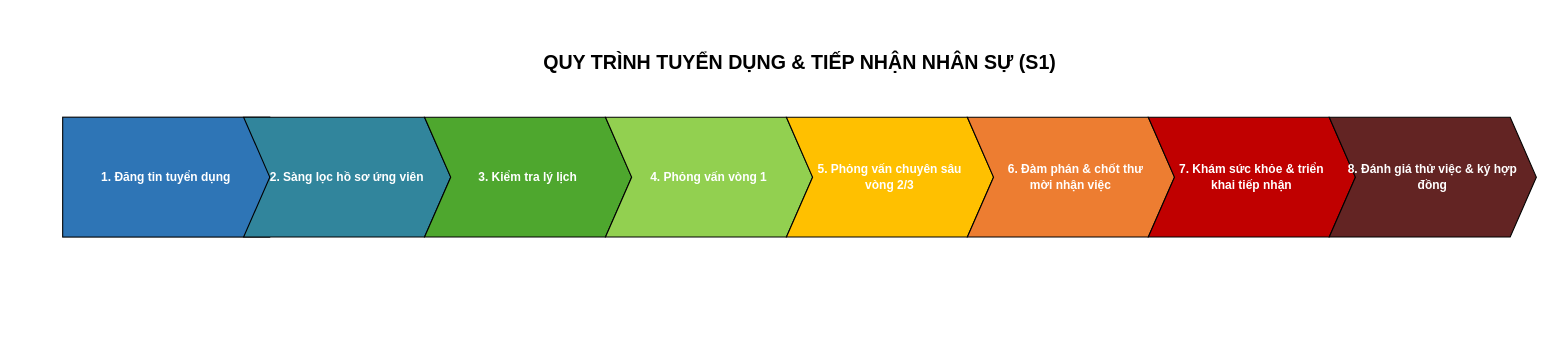
anthinh-io/bpm-acfc-vietnam-analysis keeps this draw.io diagram as page "chevron-s1" (7 of 10) of docs/workspaces/NguyenCongHung/svg/bpmn.drawio. Above is the earlier version. Source tidied: cells renumbered, new cells numbered last; positions are measured from the earlier drawing's top-left corner, leaving out a move shared by most shapes. Both pictures are drawn from the tidied source at 109%, with x=0, y=0 at pixel (62, 40).
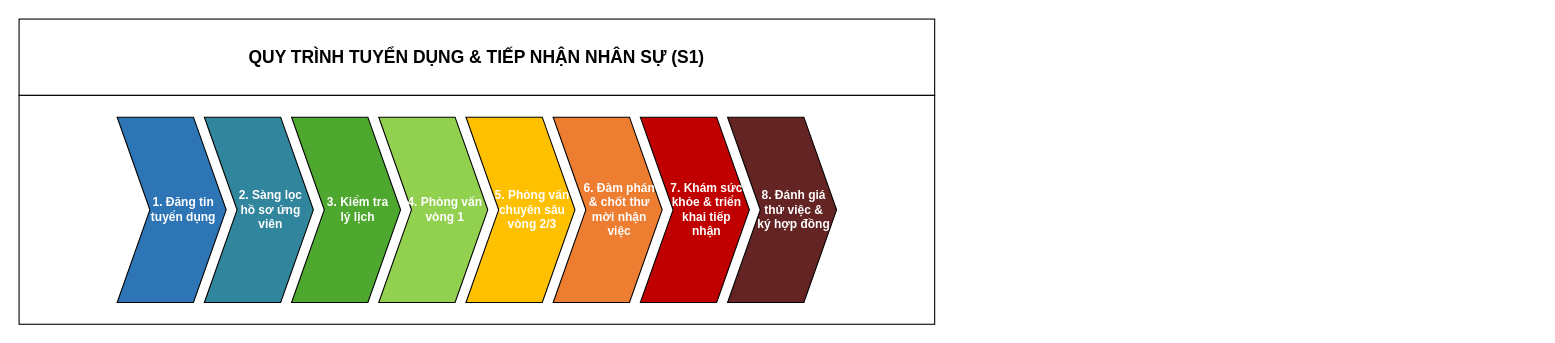
Above is the later version.

What changed in the source:
```diff
@@
 <mxGraphModel>
   <root>
     <mxCell id="0" />
     <mxCell id="1" parent="0" />
-    <mxCell id="2" value="QUY TRÌNH TUYỂN DỤNG &amp; TIẾP NHẬN NHÂN SỰ (S1)" style="text;html=1;align=center;verticalAlign=middle;fontSize=18;fontStyle=1;fontColor=#000000;" parent="1" vertex="1">
-      <mxGeometry width="1352" height="40" as="geometry" />
+    <mxCell id="2" value="QUY TRÌNH TUYỂN DỤNG &amp; TIẾP NHẬN NHÂN SỰ (S1)" style="rounded=0;whiteSpace=wrap;html=1;align=center;verticalAlign=middle;fontSize=16;fontStyle=1;fontColor=#000000;" parent="1" vertex="1">
+      <mxGeometry x="-40" y="-20" width="840" height="70" as="geometry" />
     </mxCell>
+    <mxCell id="11" style="rounded=0;whiteSpace=wrap;html=1;" parent="1" vertex="1">
+      <mxGeometry x="-40" y="50" width="840" height="210" as="geometry" />
+    </mxCell>
-    <mxCell id="3" value="1. Đăng tin tuyển dụng" style="rounded=0;whiteSpace=wrap;html=1;fillColor=#2E75B6;strokeColor=#000000;fontColor=#ffffff;fontSize=11;fontStyle=1;align=center;verticalAlign=middle;spacing=18;" parent="1" vertex="1">
-      <mxGeometry y="70" width="190" height="110" as="geometry" />
+    <mxCell id="3" value="1. Đăng tin&lt;br&gt;tuyển dụng" style="html=1;shadow=0;dashed=0;align=center;verticalAlign=middle;shape=mxgraph.arrows2.arrow;dy=0;dx=30;notch=30;whiteSpace=wrap;spacingLeft=22;fillColor=#2E75B6;strokeColor=#000000;fontColor=#ffffff;fontSize=11;fontStyle=1;" parent="1" vertex="1">
+      <mxGeometry x="50" y="70" width="100" height="170" as="geometry" />
     </mxCell>
-    <mxCell id="4" value="2. Sàng lọc hồ sơ ứng viên" style="rounded=0;whiteSpace=wrap;html=1;shape=step;perimeter=stepPerimeter;fixedSize=1;size=24;fillColor=#31859C;strokeColor=#000000;fontColor=#ffffff;fontSize=11;fontStyle=1;align=center;verticalAlign=middle;spacing=18;" parent="1" vertex="1">
-      <mxGeometry x="166" y="70" width="190" height="110" as="geometry" />
+    <mxCell id="4" value="2. Sàng lọc&lt;br&gt;hồ sơ ứng&lt;br&gt;viên" style="html=1;shadow=0;dashed=0;align=center;verticalAlign=middle;shape=mxgraph.arrows2.arrow;dy=0;dx=30;notch=30;whiteSpace=wrap;spacingLeft=22;fillColor=#31859C;strokeColor=#000000;fontColor=#ffffff;fontSize=11;fontStyle=1;" parent="1" vertex="1">
+      <mxGeometry x="130" y="70" width="100" height="170" as="geometry" />
     </mxCell>
-    <mxCell id="5" value="3. Kiểm tra lý lịch" style="rounded=0;whiteSpace=wrap;html=1;shape=step;perimeter=stepPerimeter;fixedSize=1;size=24;fillColor=#4EA72E;strokeColor=#000000;fontColor=#ffffff;fontSize=11;fontStyle=1;align=center;verticalAlign=middle;spacing=18;" parent="1" vertex="1">
-      <mxGeometry x="332" y="70" width="190" height="110" as="geometry" />
+    <mxCell id="5" value="3. Kiểm tra&lt;br&gt;lý lịch" style="html=1;shadow=0;dashed=0;align=center;verticalAlign=middle;shape=mxgraph.arrows2.arrow;dy=0;dx=30;notch=30;whiteSpace=wrap;spacingLeft=22;fillColor=#4EA72E;strokeColor=#000000;fontColor=#ffffff;fontSize=11;fontStyle=1;" parent="1" vertex="1">
+      <mxGeometry x="210" y="70" width="100" height="170" as="geometry" />
     </mxCell>
-    <mxCell id="6" value="4. Phỏng vấn vòng 1" style="rounded=0;whiteSpace=wrap;html=1;shape=step;perimeter=stepPerimeter;fixedSize=1;size=24;fillColor=#92D050;strokeColor=#000000;fontColor=#ffffff;fontSize=11;fontStyle=1;align=center;verticalAlign=middle;spacing=18;" parent="1" vertex="1">
-      <mxGeometry x="498" y="70" width="190" height="110" as="geometry" />
+    <mxCell id="6" value="4. Phỏng vấn&lt;br&gt;vòng 1" style="html=1;shadow=0;dashed=0;align=center;verticalAlign=middle;shape=mxgraph.arrows2.arrow;dy=0;dx=30;notch=30;whiteSpace=wrap;spacingLeft=22;fillColor=#92D050;strokeColor=#000000;fontColor=#ffffff;fontSize=11;fontStyle=1;" parent="1" vertex="1">
+      <mxGeometry x="290" y="70" width="100" height="170" as="geometry" />
     </mxCell>
-    <mxCell id="7" value="5. Phỏng vấn chuyên sâu vòng 2/3" style="rounded=0;whiteSpace=wrap;html=1;shape=step;perimeter=stepPerimeter;fixedSize=1;size=24;fillColor=#FFC000;strokeColor=#000000;fontColor=#ffffff;fontSize=11;fontStyle=1;align=center;verticalAlign=middle;spacing=18;" parent="1" vertex="1">
-      <mxGeometry x="664" y="70" width="190" height="110" as="geometry" />
+    <mxCell id="7" value="5. Phỏng vấn&lt;br&gt;chuyên sâu&lt;br&gt;vòng 2/3" style="html=1;shadow=0;dashed=0;align=center;verticalAlign=middle;shape=mxgraph.arrows2.arrow;dy=0;dx=30;notch=30;whiteSpace=wrap;spacingLeft=22;fillColor=#FFC000;strokeColor=#000000;fontColor=#ffffff;fontSize=11;fontStyle=1;" parent="1" vertex="1">
+      <mxGeometry x="370" y="70" width="100" height="170" as="geometry" />
     </mxCell>
-    <mxCell id="8" value="&amp;nbsp; &amp;nbsp;6. Đàm phán &amp;amp; chốt thư mời nhận việc" style="rounded=0;whiteSpace=wrap;html=1;shape=step;perimeter=stepPerimeter;fixedSize=1;size=24;fillColor=#ED7D31;strokeColor=#000000;fontColor=#ffffff;fontSize=11;fontStyle=1;align=center;verticalAlign=middle;spacing=18;" parent="1" vertex="1">
-      <mxGeometry x="830" y="70" width="190" height="110" as="geometry" />
+    <mxCell id="8" value="6. Đàm phán&lt;br&gt;&amp; chốt thư&lt;br&gt;mời nhận&lt;br&gt;việc" style="html=1;shadow=0;dashed=0;align=center;verticalAlign=middle;shape=mxgraph.arrows2.arrow;dy=0;dx=30;notch=30;whiteSpace=wrap;spacingLeft=22;fillColor=#ED7D31;strokeColor=#000000;fontColor=#ffffff;fontSize=11;fontStyle=1;" parent="1" vertex="1">
+      <mxGeometry x="450" y="70" width="100" height="170" as="geometry" />
     </mxCell>
-    <mxCell id="9" value="7. Khám sức khỏe &amp; triển khai tiếp nhận" style="rounded=0;whiteSpace=wrap;html=1;shape=step;perimeter=stepPerimeter;fixedSize=1;size=24;fillColor=#C00000;strokeColor=#000000;fontColor=#ffffff;fontSize=11;fontStyle=1;align=center;verticalAlign=middle;spacing=18;" parent="1" vertex="1">
-      <mxGeometry x="996" y="70" width="190" height="110" as="geometry" />
+    <mxCell id="9" value="7. Khám sức&lt;br&gt;khỏe &amp; triển&lt;br&gt;khai tiếp&lt;br&gt;nhận" style="html=1;shadow=0;dashed=0;align=center;verticalAlign=middle;shape=mxgraph.arrows2.arrow;dy=0;dx=30;notch=30;whiteSpace=wrap;spacingLeft=22;fillColor=#C00000;strokeColor=#000000;fontColor=#ffffff;fontSize=11;fontStyle=1;" parent="1" vertex="1">
+      <mxGeometry x="530" y="70" width="100" height="170" as="geometry" />
     </mxCell>
-    <mxCell id="10" value="8. Đánh giá thử việc &amp; ký hợp đồng" style="rounded=0;whiteSpace=wrap;html=1;shape=step;perimeter=stepPerimeter;fixedSize=1;size=24;fillColor=#632423;strokeColor=#000000;fontColor=#ffffff;fontSize=11;fontStyle=1;align=center;verticalAlign=middle;spacing=18;" parent="1" vertex="1">
-      <mxGeometry x="1162" y="70" width="190" height="110" as="geometry" />
+    <mxCell id="10" value="8. Đánh giá&lt;br&gt;thử việc &amp;&lt;br&gt;ký hợp đồng" style="html=1;shadow=0;dashed=0;align=center;verticalAlign=middle;shape=mxgraph.arrows2.arrow;dy=0;dx=30;notch=30;whiteSpace=wrap;spacingLeft=22;fillColor=#632423;strokeColor=#000000;fontColor=#ffffff;fontSize=11;fontStyle=1;" parent="1" vertex="1">
+      <mxGeometry x="610" y="70" width="100" height="170" as="geometry" />
     </mxCell>
   </root>
 </mxGraphModel>
```
